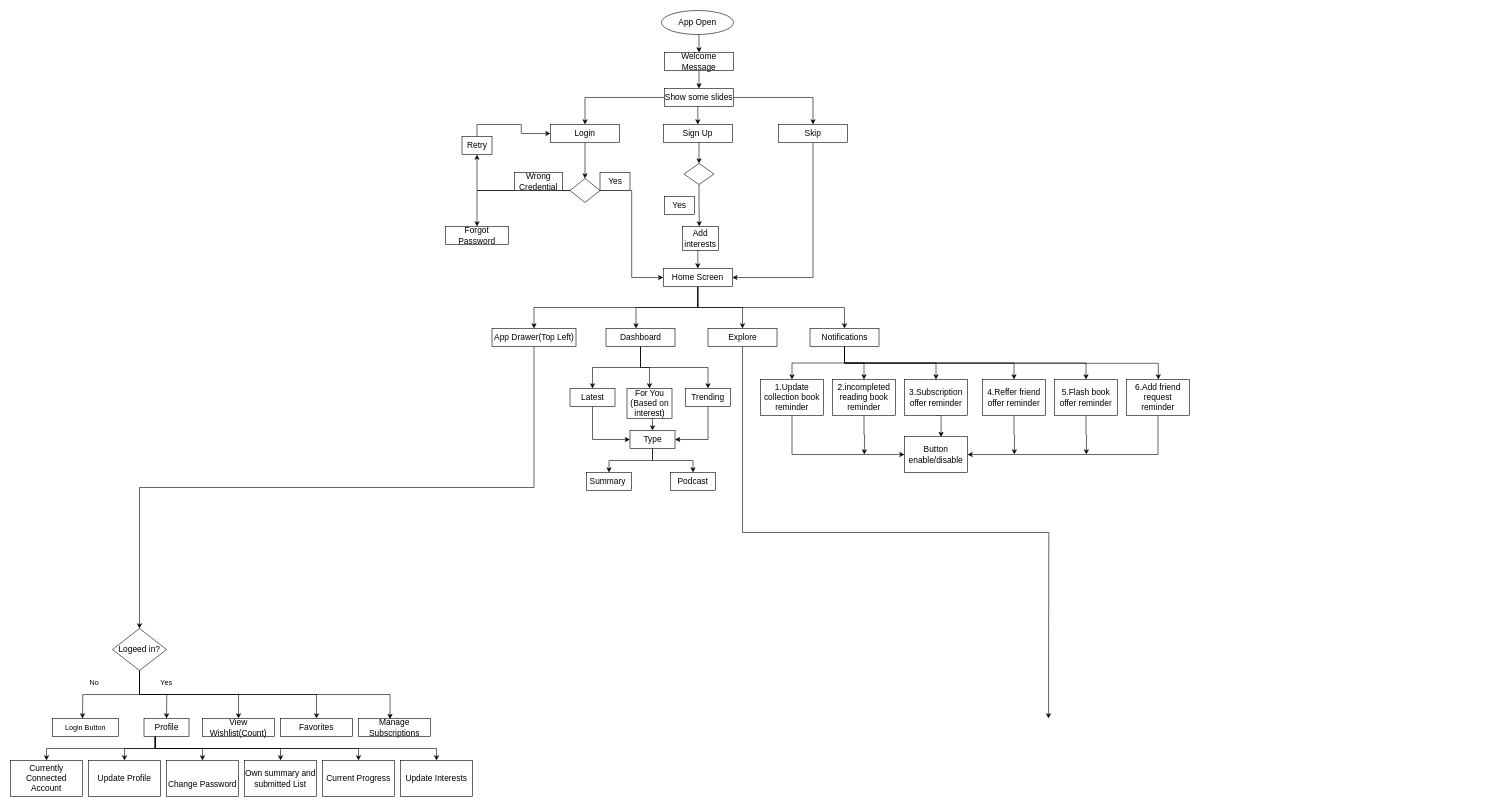
Earlier version of the draw.io diagram BookJuice.drawio (showkat2203/bookJuice). Source tidied: cells renumbered, new cells numbered last; positions are measured from the earlier drawing's top-left corner, leaving out a move shared by most shapes. Both pictures are drawn from the tidied source at 60%, with x=0, y=0 at pixel (10, 10).
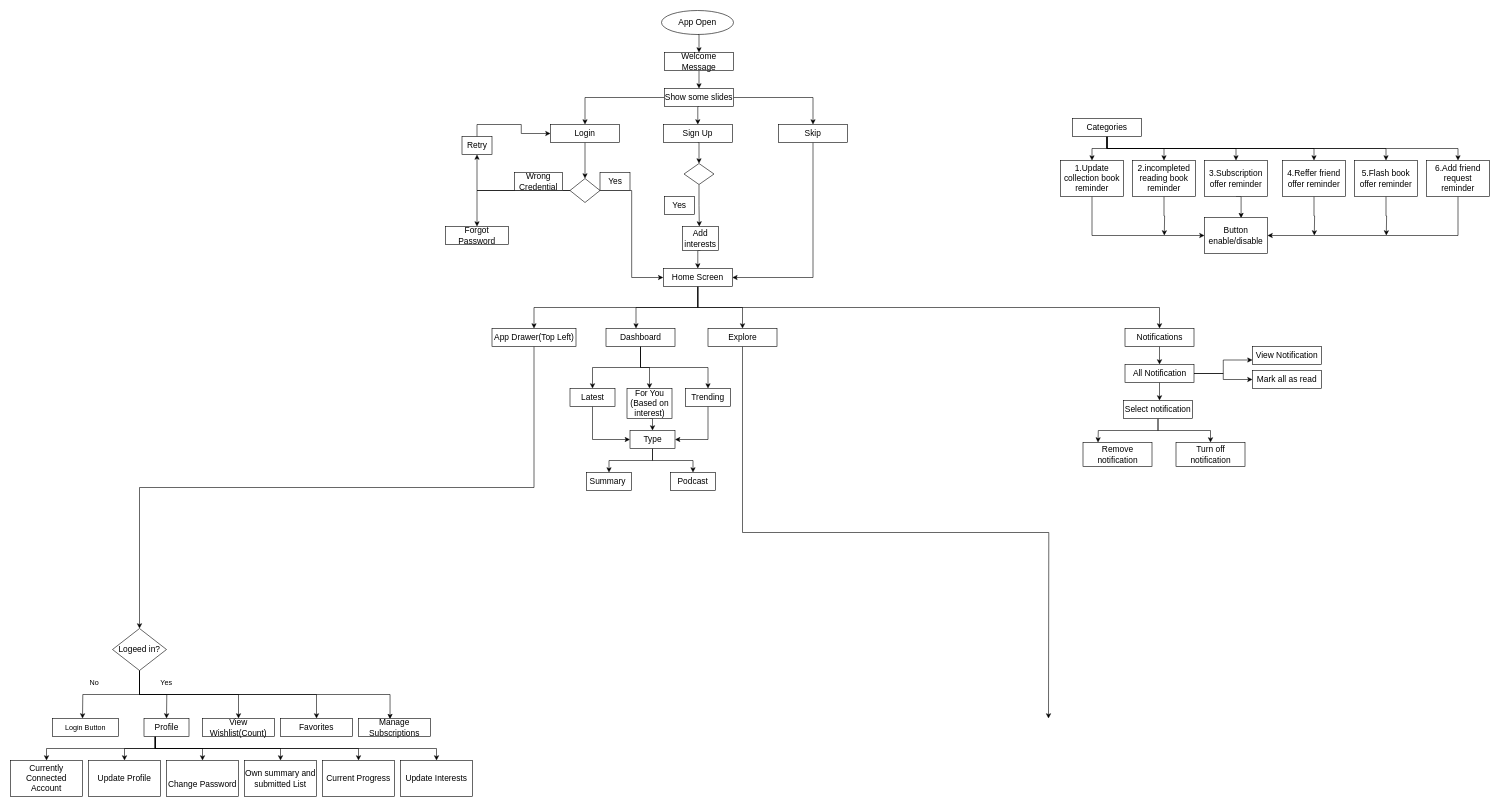
After the change.

Commit message:
notification final updt

Diff of the diagram source:
```diff
@@
-    <mxCell id="33" style="edgeStyle=orthogonalEdgeStyle;rounded=0;jettySize=auto;html=1;exitX=0.5;exitY=1;exitDx=0;exitDy=0;" parent="1" edge="1" source="39" target="72">
-      <mxGeometry relative="1" as="geometry">
-        <Array as="points">
-          <mxPoint x="1390" y="588" />
-          <mxPoint x="1913" y="588" />
-        </Array>
-      </mxGeometry>
-    </mxCell>
-    <mxCell id="34" style="edgeStyle=orthogonalEdgeStyle;rounded=0;jettySize=auto;html=1;exitX=0.5;exitY=1;exitDx=0;exitDy=0;entryX=0.5;entryY=0;entryDx=0;entryDy=0;" parent="1" edge="1" source="39" target="62">
-      <mxGeometry relative="1" as="geometry" />
-    </mxCell>
-    <mxCell id="35" style="edgeStyle=orthogonalEdgeStyle;rounded=0;jettySize=auto;html=1;exitX=0.5;exitY=1;exitDx=0;exitDy=0;" parent="1" edge="1" source="39" target="64">
-      <mxGeometry relative="1" as="geometry" />
-    </mxCell>
-    <mxCell id="36" style="edgeStyle=orthogonalEdgeStyle;rounded=0;jettySize=auto;html=1;exitX=0.5;exitY=1;exitDx=0;exitDy=0;" parent="1" edge="1" source="39" target="66">
-      <mxGeometry relative="1" as="geometry" />
-    </mxCell>
-    <mxCell id="37" style="edgeStyle=orthogonalEdgeStyle;rounded=0;jettySize=auto;html=1;exitX=0.5;exitY=1;exitDx=0;exitDy=0;entryX=0.5;entryY=0;entryDx=0;entryDy=0;" parent="1" edge="1" source="39" target="68">
-      <mxGeometry relative="1" as="geometry" />
-    </mxCell>
-    <mxCell id="38" style="edgeStyle=orthogonalEdgeStyle;rounded=0;jettySize=auto;html=1;exitX=0.5;exitY=1;exitDx=0;exitDy=0;" parent="1" edge="1" source="39" target="70">
-      <mxGeometry relative="1" as="geometry" />
-    </mxCell>
+    <mxCell id="100" style="edgeStyle=orthogonalEdgeStyle;rounded=0;jettySize=auto;html=1;exitX=0.5;exitY=1;exitDx=0;exitDy=0;entryX=0.5;entryY=0;entryDx=0;entryDy=0;" parent="1" edge="1" source="39" target="115">
+      <mxGeometry relative="1" as="geometry" />
+    </mxCell>
     <mxCell id="39" value="Notifications" style="rounded=0;whiteSpace=wrap;html=1;fontSize=14;" parent="1" vertex="1">
-      <mxGeometry x="1332.5" y="530" width="115" height="30" as="geometry" />
+      <mxGeometry x="1857.5" y="530" width="115" height="30" as="geometry" />
     </mxCell>
@@
-    <mxCell id="61" style="edgeStyle=orthogonalEdgeStyle;rounded=0;jettySize=auto;html=1;exitX=0.5;exitY=1;exitDx=0;exitDy=0;entryX=0;entryY=0.5;entryDx=0;entryDy=0;" parent="1" edge="1" source="62" target="73">
-      <mxGeometry relative="1" as="geometry" />
-    </mxCell>
-    <mxCell id="62" value="1.Update collection book reminder" style="rounded=0;whiteSpace=wrap;html=1;fontSize=14;" parent="1" vertex="1">
-      <mxGeometry x="1250" y="615" width="105" height="60" as="geometry" />
-    </mxCell>
-    <mxCell id="63" style="edgeStyle=orthogonalEdgeStyle;rounded=0;jettySize=auto;html=1;exitX=0.5;exitY=1;exitDx=0;exitDy=0;" parent="1" edge="1" source="64">
-      <mxGeometry relative="1" as="geometry">
-        <mxPoint x="1423" y="740" as="targetPoint" />
-      </mxGeometry>
-    </mxCell>
-    <mxCell id="64" value="2.incompleted reading book reminder" style="rounded=0;whiteSpace=wrap;html=1;fontSize=14;" parent="1" vertex="1">
-      <mxGeometry x="1370" y="615" width="105" height="60" as="geometry" />
-    </mxCell>
-    <mxCell id="65" style="edgeStyle=orthogonalEdgeStyle;rounded=0;jettySize=auto;html=1;exitX=0.5;exitY=1;exitDx=0;exitDy=0;entryX=0.581;entryY=0.017;entryDx=0;entryDy=0;entryPerimeter=0;" parent="1" edge="1" source="66" target="73">
-      <mxGeometry relative="1" as="geometry" />
-    </mxCell>
-    <mxCell id="66" value="3.Subscription offer reminder" style="rounded=0;whiteSpace=wrap;html=1;fontSize=14;" parent="1" vertex="1">
-      <mxGeometry x="1490" y="615" width="105" height="60" as="geometry" />
-    </mxCell>
-    <mxCell id="67" style="edgeStyle=orthogonalEdgeStyle;rounded=0;jettySize=auto;html=1;exitX=0.5;exitY=1;exitDx=0;exitDy=0;" parent="1" edge="1" source="68">
-      <mxGeometry relative="1" as="geometry">
-        <mxPoint x="1673" y="740" as="targetPoint" />
-      </mxGeometry>
-    </mxCell>
-    <mxCell id="68" value="4.Reffer friend offer reminder" style="rounded=0;whiteSpace=wrap;html=1;fontSize=14;" parent="1" vertex="1">
-      <mxGeometry x="1620" y="615" width="105" height="60" as="geometry" />
-    </mxCell>
-    <mxCell id="69" style="edgeStyle=orthogonalEdgeStyle;rounded=0;jettySize=auto;html=1;exitX=0.5;exitY=1;exitDx=0;exitDy=0;" parent="1" edge="1" source="70">
-      <mxGeometry relative="1" as="geometry">
-        <mxPoint x="1793" y="740" as="targetPoint" />
-      </mxGeometry>
-    </mxCell>
-    <mxCell id="70" value="5.Flash book offer reminder" style="rounded=0;whiteSpace=wrap;html=1;fontSize=14;" parent="1" vertex="1">
-      <mxGeometry x="1740" y="615" width="105" height="60" as="geometry" />
-    </mxCell>
-    <mxCell id="71" style="edgeStyle=orthogonalEdgeStyle;rounded=0;jettySize=auto;html=1;exitX=0.5;exitY=1;exitDx=0;exitDy=0;entryX=1;entryY=0.5;entryDx=0;entryDy=0;" parent="1" edge="1" source="72" target="73">
-      <mxGeometry relative="1" as="geometry" />
-    </mxCell>
-    <mxCell id="72" value="6.Add friend request reminder" style="rounded=0;whiteSpace=wrap;html=1;fontSize=14;" parent="1" vertex="1">
-      <mxGeometry x="1860" y="615" width="105" height="60" as="geometry" />
-    </mxCell>
-    <mxCell id="73" value="Button&lt;br&gt;enable/disable" style="rounded=0;whiteSpace=wrap;html=1;fontSize=14;" parent="1" vertex="1">
-      <mxGeometry x="1490" y="710" width="105" height="60" as="geometry" />
-    </mxCell>
@@
+    <mxCell id="61" style="edgeStyle=orthogonalEdgeStyle;rounded=0;jettySize=auto;html=1;exitX=0.5;exitY=1;exitDx=0;exitDy=0;entryX=0;entryY=0.5;entryDx=0;entryDy=0;" parent="1" edge="1" source="62" target="73">
+      <mxGeometry relative="1" as="geometry" />
+    </mxCell>
+    <mxCell id="62" value="1.Update collection book reminder" style="rounded=0;whiteSpace=wrap;html=1;fontSize=14;" parent="1" vertex="1">
+      <mxGeometry x="1750" y="250" width="105" height="60" as="geometry" />
+    </mxCell>
+    <mxCell id="101" style="edgeStyle=orthogonalEdgeStyle;rounded=0;jettySize=auto;html=1;exitX=0.5;exitY=1;exitDx=0;exitDy=0;" parent="1" edge="1" source="64">
+      <mxGeometry relative="1" as="geometry">
+        <mxPoint x="1923" y="375" as="targetPoint" />
+      </mxGeometry>
+    </mxCell>
+    <mxCell id="64" value="2.incompleted reading book reminder" style="rounded=0;whiteSpace=wrap;html=1;fontSize=14;" parent="1" vertex="1">
+      <mxGeometry x="1870" y="250" width="105" height="60" as="geometry" />
+    </mxCell>
+    <mxCell id="102" style="edgeStyle=orthogonalEdgeStyle;rounded=0;jettySize=auto;html=1;exitX=0.5;exitY=1;exitDx=0;exitDy=0;entryX=0.581;entryY=0.017;entryDx=0;entryDy=0;entryPerimeter=0;" parent="1" edge="1" source="66">
+      <mxGeometry relative="1" as="geometry">
+        <mxPoint x="2051" y="346" as="targetPoint" />
+      </mxGeometry>
+    </mxCell>
+    <mxCell id="66" value="3.Subscription offer reminder" style="rounded=0;whiteSpace=wrap;html=1;fontSize=14;" parent="1" vertex="1">
+      <mxGeometry x="1990" y="250" width="105" height="60" as="geometry" />
+    </mxCell>
+    <mxCell id="103" style="edgeStyle=orthogonalEdgeStyle;rounded=0;jettySize=auto;html=1;exitX=0.5;exitY=1;exitDx=0;exitDy=0;" parent="1" edge="1" source="68">
+      <mxGeometry relative="1" as="geometry">
+        <mxPoint x="2173" y="375" as="targetPoint" />
+      </mxGeometry>
+    </mxCell>
+    <mxCell id="68" value="4.Reffer friend offer reminder" style="rounded=0;whiteSpace=wrap;html=1;fontSize=14;" parent="1" vertex="1">
+      <mxGeometry x="2120" y="250" width="105" height="60" as="geometry" />
+    </mxCell>
+    <mxCell id="104" style="edgeStyle=orthogonalEdgeStyle;rounded=0;jettySize=auto;html=1;exitX=0.5;exitY=1;exitDx=0;exitDy=0;" parent="1" edge="1" source="70">
+      <mxGeometry relative="1" as="geometry">
+        <mxPoint x="2293" y="375" as="targetPoint" />
+      </mxGeometry>
+    </mxCell>
+    <mxCell id="70" value="5.Flash book offer reminder" style="rounded=0;whiteSpace=wrap;html=1;fontSize=14;" parent="1" vertex="1">
+      <mxGeometry x="2240" y="250" width="105" height="60" as="geometry" />
+    </mxCell>
+    <mxCell id="71" style="edgeStyle=orthogonalEdgeStyle;rounded=0;jettySize=auto;html=1;exitX=0.5;exitY=1;exitDx=0;exitDy=0;entryX=1;entryY=0.5;entryDx=0;entryDy=0;" parent="1" edge="1" source="72" target="73">
+      <mxGeometry relative="1" as="geometry" />
+    </mxCell>
+    <mxCell id="72" value="6.Add friend request reminder" style="rounded=0;whiteSpace=wrap;html=1;fontSize=14;" parent="1" vertex="1">
+      <mxGeometry x="2360" y="250" width="105" height="60" as="geometry" />
+    </mxCell>
+    <mxCell id="73" value="Button&lt;br&gt;enable/disable" style="rounded=0;whiteSpace=wrap;html=1;fontSize=14;" parent="1" vertex="1">
+      <mxGeometry x="1990" y="345" width="105" height="60" as="geometry" />
+    </mxCell>
+    <mxCell id="105" style="edgeStyle=orthogonalEdgeStyle;rounded=0;jettySize=auto;html=1;exitX=0.5;exitY=1;exitDx=0;exitDy=0;entryX=0.5;entryY=0;entryDx=0;entryDy=0;" parent="1" edge="1" source="111" target="72">
+      <mxGeometry relative="1" as="geometry" />
+    </mxCell>
+    <mxCell id="106" style="edgeStyle=orthogonalEdgeStyle;rounded=0;jettySize=auto;html=1;exitX=0.5;exitY=1;exitDx=0;exitDy=0;entryX=0.5;entryY=0;entryDx=0;entryDy=0;" parent="1" edge="1" source="111" target="62">
+      <mxGeometry relative="1" as="geometry" />
+    </mxCell>
+    <mxCell id="107" style="edgeStyle=orthogonalEdgeStyle;rounded=0;jettySize=auto;html=1;exitX=0.5;exitY=1;exitDx=0;exitDy=0;entryX=0.5;entryY=0;entryDx=0;entryDy=0;" parent="1" edge="1" source="111" target="64">
+      <mxGeometry relative="1" as="geometry" />
+    </mxCell>
+    <mxCell id="108" style="edgeStyle=orthogonalEdgeStyle;rounded=0;jettySize=auto;html=1;exitX=0.5;exitY=1;exitDx=0;exitDy=0;entryX=0.5;entryY=0;entryDx=0;entryDy=0;" parent="1" edge="1" source="111" target="66">
+      <mxGeometry relative="1" as="geometry" />
+    </mxCell>
+    <mxCell id="109" style="edgeStyle=orthogonalEdgeStyle;rounded=0;jettySize=auto;html=1;exitX=0.5;exitY=1;exitDx=0;exitDy=0;entryX=0.5;entryY=0;entryDx=0;entryDy=0;" parent="1" edge="1" source="111" target="68">
+      <mxGeometry relative="1" as="geometry" />
+    </mxCell>
+    <mxCell id="110" style="edgeStyle=orthogonalEdgeStyle;rounded=0;jettySize=auto;html=1;exitX=0.5;exitY=1;exitDx=0;exitDy=0;entryX=0.5;entryY=0;entryDx=0;entryDy=0;" parent="1" edge="1" source="111" target="70">
+      <mxGeometry relative="1" as="geometry" />
+    </mxCell>
+    <mxCell id="111" value="Categories" style="rounded=0;whiteSpace=wrap;html=1;fontSize=14;" parent="1" vertex="1">
+      <mxGeometry x="1770" y="180" width="115" height="30" as="geometry" />
+    </mxCell>
+    <mxCell id="112" style="edgeStyle=orthogonalEdgeStyle;rounded=0;jettySize=auto;html=1;exitX=0.5;exitY=1;exitDx=0;exitDy=0;" parent="1" edge="1" source="115">
+      <mxGeometry relative="1" as="geometry">
+        <mxPoint x="1915" y="650" as="targetPoint" />
+      </mxGeometry>
+    </mxCell>
+    <mxCell id="113" style="edgeStyle=orthogonalEdgeStyle;rounded=0;jettySize=auto;html=1;exitX=1;exitY=0.5;exitDx=0;exitDy=0;entryX=0;entryY=0.5;entryDx=0;entryDy=0;" parent="1" edge="1" source="115" target="122">
+      <mxGeometry relative="1" as="geometry" />
+    </mxCell>
+    <mxCell id="114" style="edgeStyle=orthogonalEdgeStyle;rounded=0;jettySize=auto;html=1;exitX=1;exitY=0.5;exitDx=0;exitDy=0;entryX=0;entryY=0.75;entryDx=0;entryDy=0;" parent="1" edge="1" source="115" target="121">
+      <mxGeometry relative="1" as="geometry" />
+    </mxCell>
+    <mxCell id="115" value="All Notification" style="rounded=0;whiteSpace=wrap;html=1;fontSize=14;" parent="1" vertex="1">
+      <mxGeometry x="1857.5" y="590" width="115" height="30" as="geometry" />
+    </mxCell>
+    <mxCell id="116" style="edgeStyle=orthogonalEdgeStyle;rounded=0;jettySize=auto;html=1;exitX=0.5;exitY=1;exitDx=0;exitDy=0;entryX=0.5;entryY=0;entryDx=0;entryDy=0;" parent="1" edge="1" source="118">
+      <mxGeometry relative="1" as="geometry">
+        <mxPoint x="1812.5" y="720" as="targetPoint" />
+      </mxGeometry>
+    </mxCell>
+    <mxCell id="117" style="edgeStyle=orthogonalEdgeStyle;rounded=0;jettySize=auto;html=1;exitX=0.5;exitY=1;exitDx=0;exitDy=0;entryX=0.5;entryY=0;entryDx=0;entryDy=0;" parent="1" edge="1" source="118" target="120">
+      <mxGeometry relative="1" as="geometry" />
+    </mxCell>
+    <mxCell id="118" value="Select notification" style="rounded=0;whiteSpace=wrap;html=1;fontSize=14;" parent="1" vertex="1">
+      <mxGeometry x="1855" y="650" width="115" height="30" as="geometry" />
+    </mxCell>
+    <mxCell id="119" value="Remove notification" style="rounded=0;whiteSpace=wrap;html=1;fontSize=14;" parent="1" vertex="1">
+      <mxGeometry x="1787.5" y="720" width="115" height="40" as="geometry" />
+    </mxCell>
+    <mxCell id="120" value="Turn off notification" style="rounded=0;whiteSpace=wrap;html=1;fontSize=14;" parent="1" vertex="1">
+      <mxGeometry x="1942.5" y="720" width="115" height="40" as="geometry" />
+    </mxCell>
+    <mxCell id="121" value="View Notification" style="rounded=0;whiteSpace=wrap;html=1;fontSize=14;" parent="1" vertex="1">
+      <mxGeometry x="2070" y="560" width="115" height="30" as="geometry" />
+    </mxCell>
+    <mxCell id="122" value="Mark all as read" style="rounded=0;whiteSpace=wrap;html=1;fontSize=14;" parent="1" vertex="1">
+      <mxGeometry x="2070" y="600" width="115" height="30" as="geometry" />
+    </mxCell>
```
